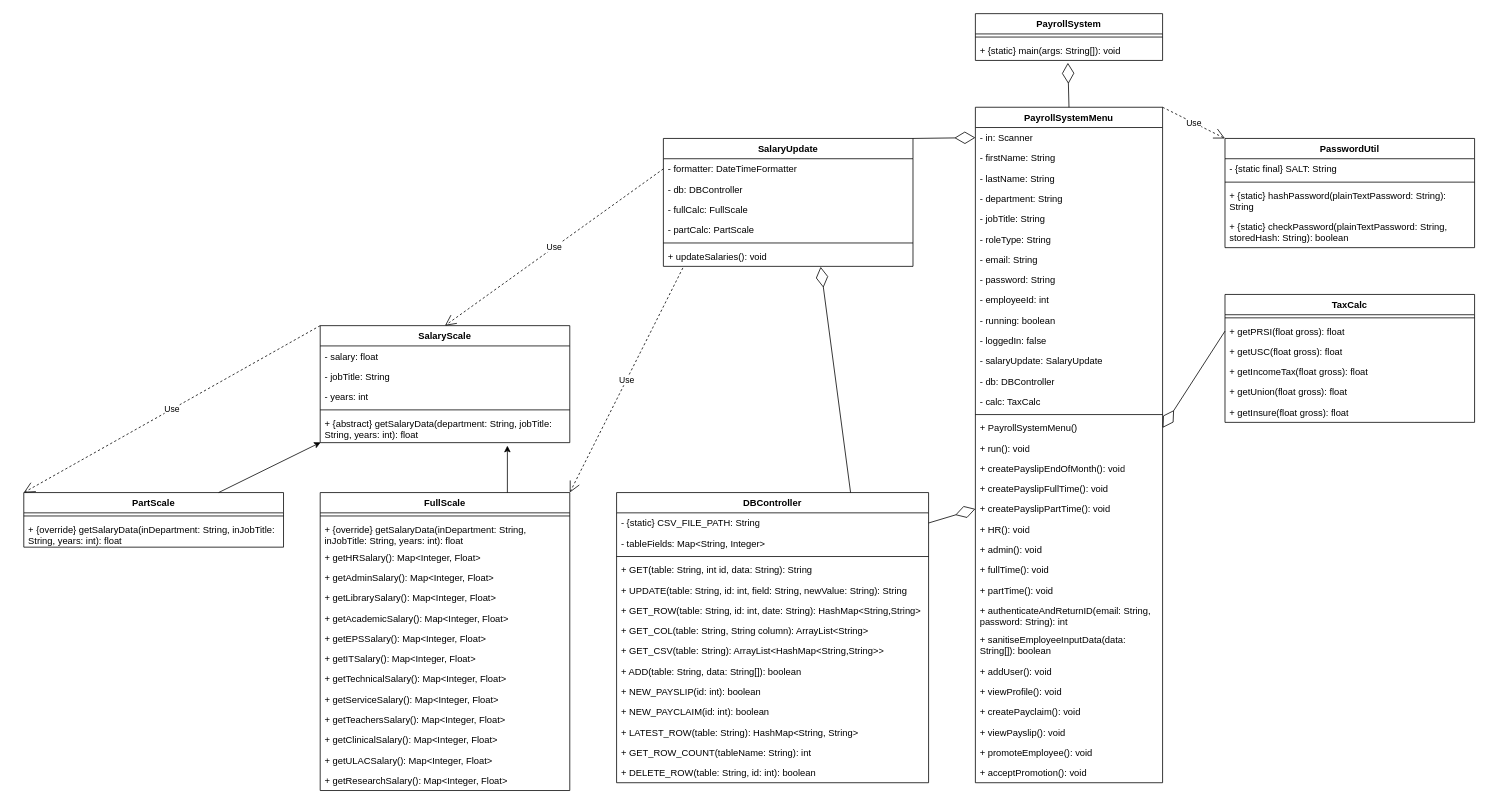
Earlier version of the draw.io diagram cs4013_uml_extra.drawio (kourousis/payroll-cs4013-project). Source tidied: cells renumbered, new cells numbered last; positions are measured from the earlier drawing's top-left corner, leaving out a move shared by most shapes. Both pictures are drawn from the tidied source at 78%, with x=0, y=0 at pixel (23, 13).
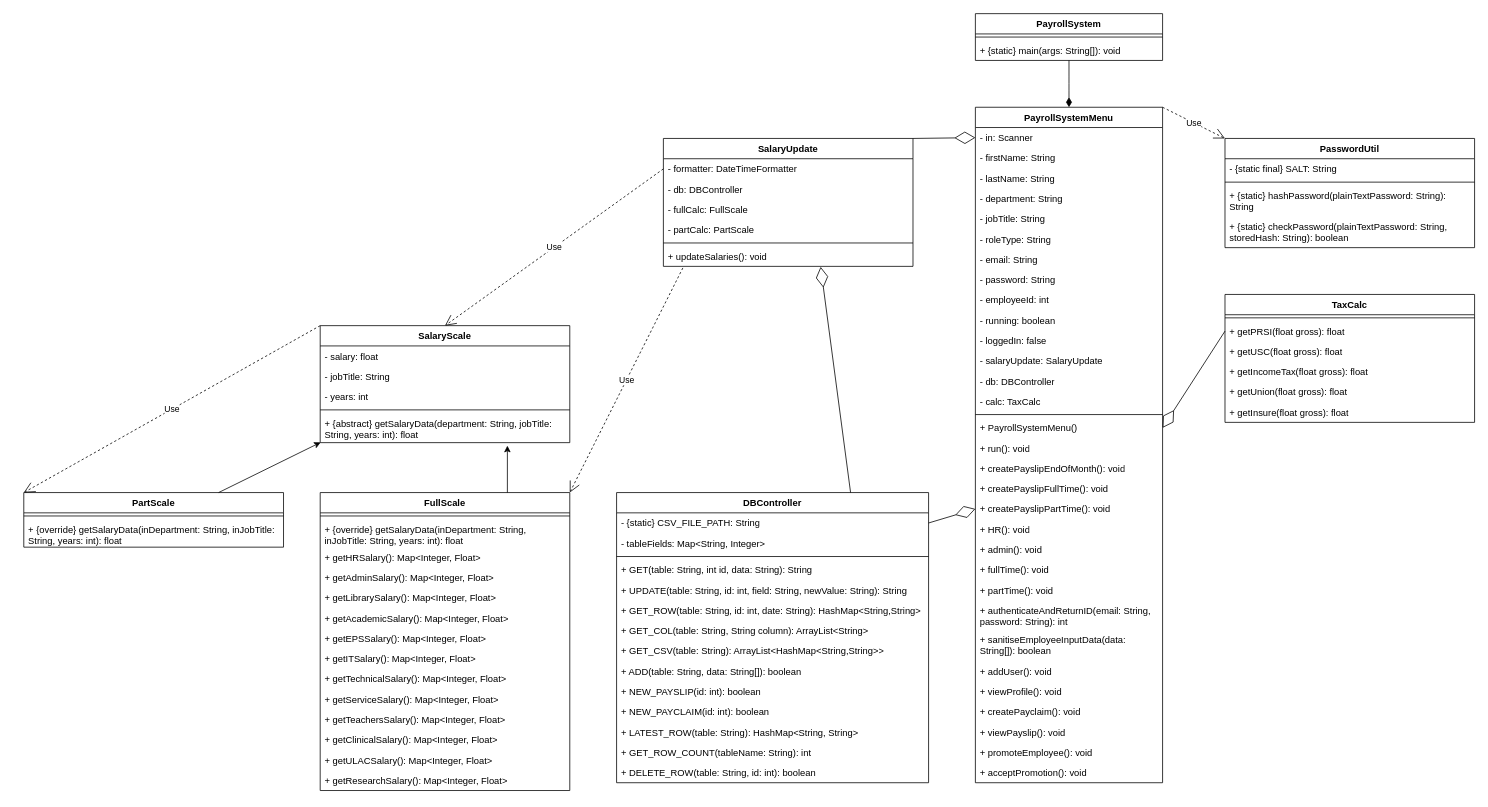
The same diagram, later.

Commit message (it also covers changes not shown here):
diagram adjustment

Unchanged cells that the change refers to:
```xml
<mxCell id="4" value="+ {static} main(args: String[]): void" style="text;strokeColor=none;fillColor=none;align=left;verticalAlign=top;spacingLeft=4;spacingRight=4;overflow=hidden;points=[[0,0.5],[1,0.5]];portConstraint=eastwest;whiteSpace=wrap;html=1;" parent="2" vertex="1">
  <mxGeometry y="34" width="240" height="26" as="geometry" />
</mxCell>
<mxCell id="5" value="PayrollSystemMenu" style="swimlane;fontStyle=1;align=center;verticalAlign=top;horizontal=1;startSize=26;whiteSpace=wrap;html=1;" parent="1" vertex="1">
  <mxGeometry x="1220" y="120" width="240" height="866" as="geometry" />
</mxCell>
```

The edit, as a diff of the source:
```diff
@@
-    <mxCell id="97" style="endArrow=diamondThin;endFill=0;endSize=24;html=1;rounded=0;entryX=0.494;entryY=1.117;entryDx=0;entryDy=0;entryPerimeter=0;exitX=0.5;exitY=0;exitDx=0;exitDy=0;" parent="1" edge="1" source="5" target="4">
-      <mxGeometry relative="1" as="geometry" />
-    </mxCell>
@@
+    <mxCell id="107" style="html=1;endArrow=diamondThin;endFill=1;edgeStyle=elbowEdgeStyle;elbow=vertical;endSize=10;entryX=0.5;entryY=0;entryDx=0;entryDy=0;" parent="1" edge="1" source="4" target="5">
+      <mxGeometry relative="1" as="geometry" />
+    </mxCell>
```
